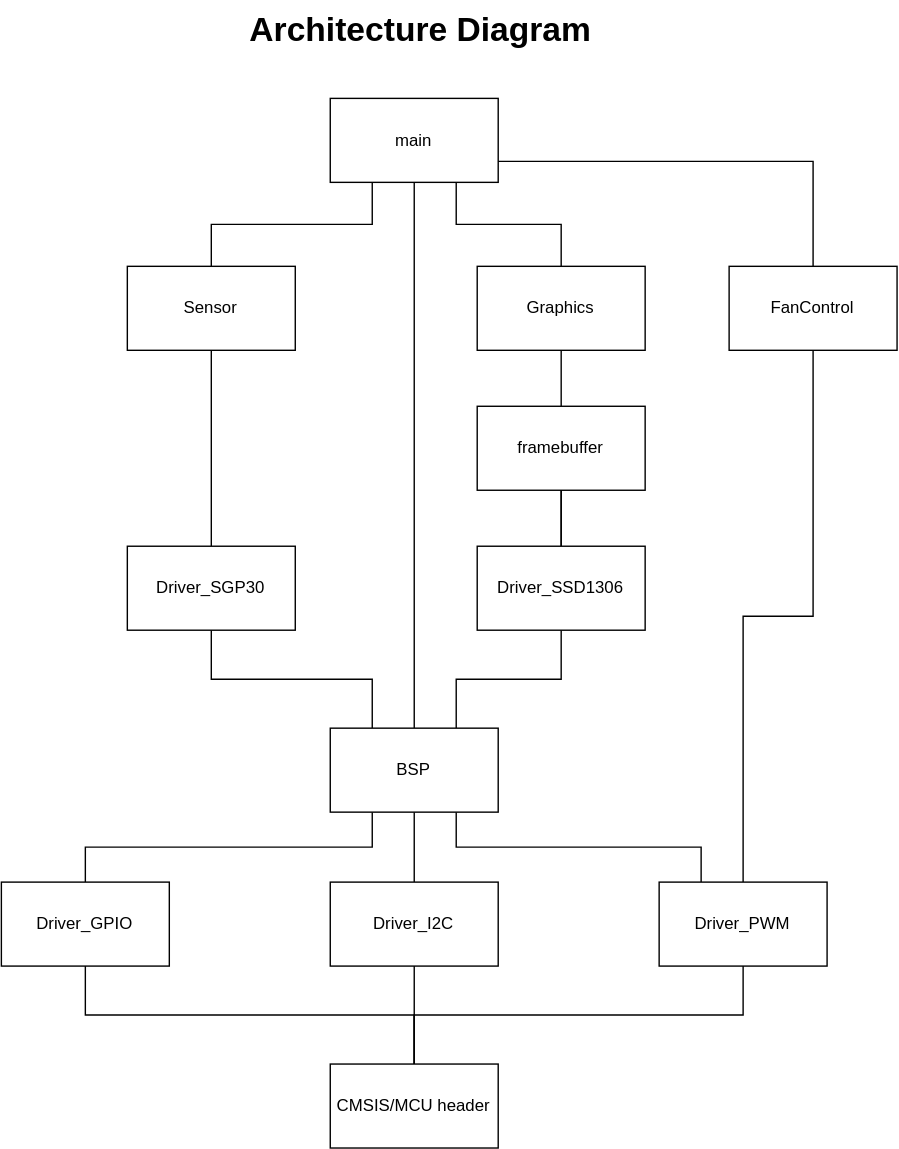
The draw.io diagram Docs/FumeExtractor.drawio.svg in josh-257/Fume-Extractor, before a commit. Source tidied: cells renumbered, new cells last; positions are measured from the earlier drawing's top-left corner, leaving out a move shared by most shapes.
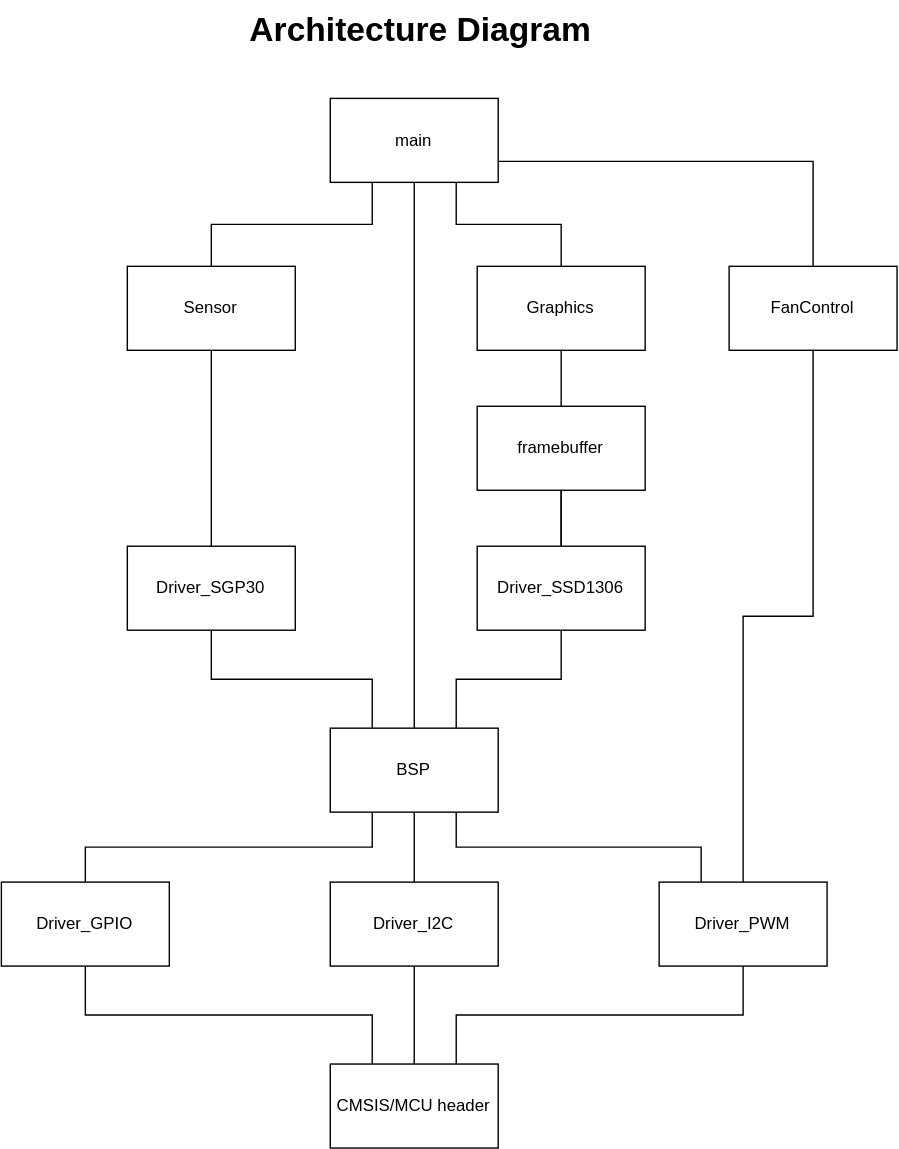
The same file after the commit.

Change to the diagram source:
```diff
@@ -56,7 +56,7 @@
     <mxCell id="19" value="Driver_SSD1306" style="rounded=0;whiteSpace=wrap;html=1;" parent="1" vertex="1">
       <mxGeometry x="340" y="390" width="120" height="60" as="geometry" />
     </mxCell>
-    <mxCell id="20" style="edgeStyle=orthogonalEdgeStyle;shape=connector;rounded=0;jettySize=auto;html=1;exitX=0.5;exitY=1;exitDx=0;exitDy=0;entryX=0.5;entryY=0;entryDx=0;entryDy=0;strokeColor=default;align=center;verticalAlign=middle;fontFamily=Helvetica;fontSize=11;fontColor=default;labelBackgroundColor=default;endArrow=none;endFill=0;" parent="1" edge="1" source="21" target="24">
+    <mxCell id="20" style="edgeStyle=orthogonalEdgeStyle;shape=connector;rounded=0;jettySize=auto;html=1;exitX=0.5;exitY=1;exitDx=0;exitDy=0;entryX=0.25;entryY=0;entryDx=0;entryDy=0;strokeColor=default;align=center;verticalAlign=middle;fontFamily=Helvetica;fontSize=11;fontColor=default;labelBackgroundColor=default;endArrow=none;endFill=0;" parent="1" edge="1" source="21" target="24">
       <mxGeometry relative="1" as="geometry" />
     </mxCell>
     <mxCell id="21" value="Driver_GPIO" style="rounded=0;whiteSpace=wrap;html=1;" parent="1" vertex="1">
@@ -83,7 +83,7 @@
     <mxCell id="28" value="BSP" style="rounded=0;whiteSpace=wrap;html=1;" parent="1" vertex="1">
       <mxGeometry x="235" y="520" width="120" height="60" as="geometry" />
     </mxCell>
-    <mxCell id="29" style="edgeStyle=orthogonalEdgeStyle;shape=connector;rounded=0;jettySize=auto;html=1;exitX=0.5;exitY=1;exitDx=0;exitDy=0;entryX=0.5;entryY=0;entryDx=0;entryDy=0;strokeColor=default;align=center;verticalAlign=middle;fontFamily=Helvetica;fontSize=11;fontColor=default;labelBackgroundColor=default;endArrow=none;endFill=0;" parent="1" edge="1" source="30" target="24">
+    <mxCell id="29" style="edgeStyle=orthogonalEdgeStyle;shape=connector;rounded=0;jettySize=auto;html=1;exitX=0.5;exitY=1;exitDx=0;exitDy=0;entryX=0.75;entryY=0;entryDx=0;entryDy=0;strokeColor=default;align=center;verticalAlign=middle;fontFamily=Helvetica;fontSize=11;fontColor=default;labelBackgroundColor=default;endArrow=none;endFill=0;" parent="1" edge="1" source="30" target="24">
       <mxGeometry relative="1" as="geometry" />
     </mxCell>
     <mxCell id="30" value="Driver_PWM" style="rounded=0;whiteSpace=wrap;html=1;" parent="1" vertex="1">
```
